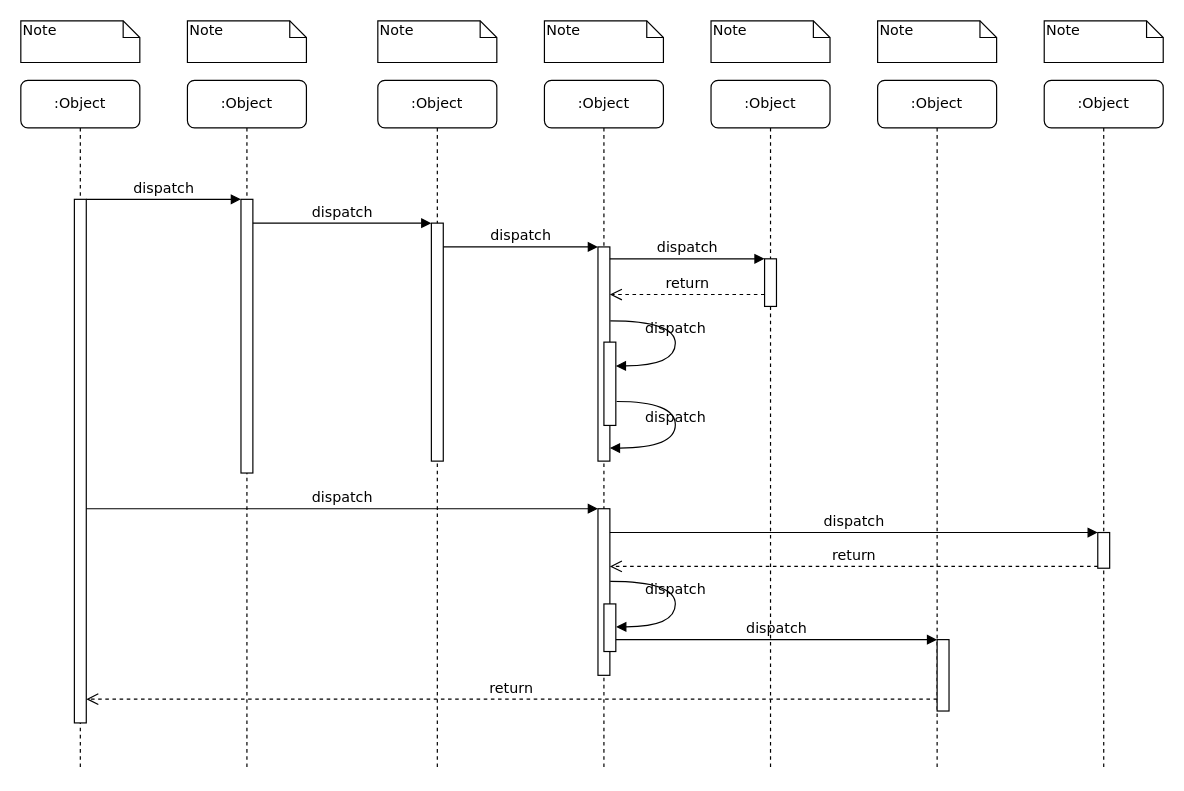
The draw.io diagram ComboActivate.drawio in linking314/hello-world, before the edit. Source tidied: cells renumbered, new cells numbered last; positions are measured from the earlier drawing's top-left corner, leaving out a move shared by most shapes. Both pictures are drawn from the tidied source at 119%, with x=0, y=0 at pixel (20, 20).
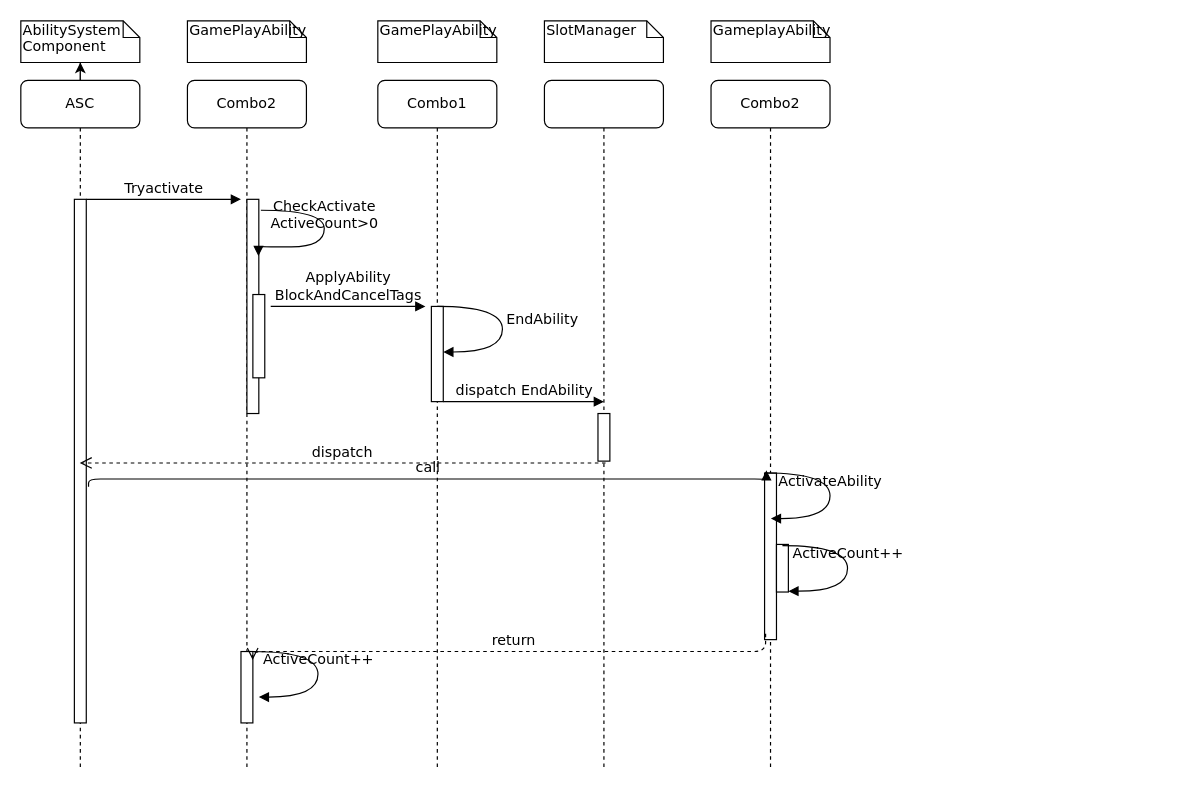
After the change.

Unchanged cells that the change refers to:
```xml
<mxCell id="11" style="html=1;points=[];perimeter=orthogonalPerimeter;rounded=0;shadow=0;comic=0;labelBackgroundColor=none;strokeWidth=1;fontFamily=Verdana;fontSize=12;align=center;" parent="10" vertex="1">
  <mxGeometry x="45" y="100" width="10" height="440" as="geometry" />
</mxCell>
```

Change to the diagram source:
```diff
@@
-    <mxCell id="2" value=":Object" style="shape=umlLifeline;perimeter=lifelinePerimeter;whiteSpace=wrap;html=1;rounded=1;shadow=0;comic=0;labelBackgroundColor=none;strokeWidth=1;fontFamily=Verdana;fontSize=12;align=center;" parent="1" vertex="1">
+    <mxCell id="2" value="Combo2" style="shape=umlLifeline;perimeter=lifelinePerimeter;whiteSpace=wrap;html=1;rounded=1;shadow=0;comic=0;labelBackgroundColor=none;strokeWidth=1;fontFamily=Verdana;fontSize=12;align=center;" parent="1" vertex="1">
       <mxGeometry x="140" y="50" width="100" height="580" as="geometry" />
     </mxCell>
-    <mxCell id="3" style="html=1;points=[];perimeter=orthogonalPerimeter;rounded=0;shadow=0;comic=0;labelBackgroundColor=none;strokeWidth=1;fontFamily=Verdana;fontSize=12;align=center;" parent="2" vertex="1">
-      <mxGeometry x="45" y="100" width="10" height="230" as="geometry" />
-    </mxCell>
+    <mxCell id="39" style="html=1;points=[];perimeter=orthogonalPerimeter;rounded=0;shadow=0;comic=0;labelBackgroundColor=none;strokeWidth=1;fontFamily=Verdana;fontSize=12;align=center;" parent="2" vertex="1">
+      <mxGeometry x="50" y="100" width="10" height="180" as="geometry" />
+    </mxCell>
+    <mxCell id="40" style="html=1;points=[];perimeter=orthogonalPerimeter;rounded=0;shadow=0;comic=0;labelBackgroundColor=none;strokeWidth=1;fontFamily=Verdana;fontSize=12;align=center;" parent="2" vertex="1">
+      <mxGeometry x="45" y="480" width="10" height="60" as="geometry" />
+    </mxCell>
+    <mxCell id="41" style="html=1;perimeter=orthogonalPerimeter;rounded=0;shadow=0;comic=0;labelBackgroundColor=none;strokeWidth=1;fontFamily=Verdana;fontSize=12;align=center;" parent="2" vertex="1">
+      <mxGeometry x="55" y="180" width="10" height="70" as="geometry" />
+    </mxCell>
+    <mxCell id="42" value="CheckActivate&lt;br style=&quot;border-color: var(--border-color);&quot;&gt;ActiveCount&amp;gt;0" style="html=1;verticalAlign=bottom;endArrow=block;labelBackgroundColor=none;fontFamily=Verdana;fontSize=12;elbow=vertical;edgeStyle=orthogonalEdgeStyle;curved=1;entryX=0.966;entryY=0.265;entryPerimeter=0;fontColor=default;exitX=1.172;exitY=0.051;exitDx=0;exitDy=0;exitPerimeter=0;entryDx=0;entryDy=0;" parent="2" edge="1" source="39" target="39">
+      <mxGeometry relative="1" as="geometry">
+        <Array as="points">
+          <mxPoint x="115" y="109" />
+          <mxPoint x="115" y="140" />
+          <mxPoint x="60" y="140" />
+        </Array>
+      </mxGeometry>
+    </mxCell>
-    <mxCell id="4" value=":Object" style="shape=umlLifeline;perimeter=lifelinePerimeter;whiteSpace=wrap;html=1;rounded=1;shadow=0;comic=0;labelBackgroundColor=none;strokeWidth=1;fontFamily=Verdana;fontSize=12;align=center;" parent="1" vertex="1">
+    <mxCell id="4" value="Combo1" style="shape=umlLifeline;perimeter=lifelinePerimeter;whiteSpace=wrap;html=1;rounded=1;shadow=0;comic=0;labelBackgroundColor=none;strokeWidth=1;fontFamily=Verdana;fontSize=12;align=center;" parent="1" vertex="1">
       <mxGeometry x="300" y="50" width="100" height="580" as="geometry" />
     </mxCell>
-    <mxCell id="5" style="html=1;points=[];perimeter=orthogonalPerimeter;rounded=0;shadow=0;comic=0;labelBackgroundColor=none;strokeWidth=1;fontFamily=Verdana;fontSize=12;align=center;" parent="4" vertex="1">
-      <mxGeometry x="45" y="120" width="10" height="200" as="geometry" />
-    </mxCell>
+    <mxCell id="43" style="html=1;perimeter=orthogonalPerimeter;rounded=0;shadow=0;comic=0;labelBackgroundColor=none;strokeWidth=1;fontFamily=Verdana;fontSize=12;align=center;" parent="4" vertex="1">
+      <mxGeometry x="45" y="190" width="10" height="80" as="geometry" />
+    </mxCell>
-    <mxCell id="6" value=":Object" style="shape=umlLifeline;perimeter=lifelinePerimeter;whiteSpace=wrap;html=1;rounded=1;shadow=0;comic=0;labelBackgroundColor=none;strokeWidth=1;fontFamily=Verdana;fontSize=12;align=center;" parent="1" vertex="1">
+    <mxCell id="6" style="shape=umlLifeline;perimeter=lifelinePerimeter;whiteSpace=wrap;html=1;rounded=1;shadow=0;comic=0;labelBackgroundColor=none;strokeWidth=1;fontFamily=Verdana;fontSize=12;align=center;" parent="1" vertex="1">
       <mxGeometry x="440" y="50" width="100" height="580" as="geometry" />
     </mxCell>
-    <mxCell id="7" value=":Object" style="shape=umlLifeline;perimeter=lifelinePerimeter;whiteSpace=wrap;html=1;rounded=1;shadow=0;comic=0;labelBackgroundColor=none;strokeWidth=1;fontFamily=Verdana;fontSize=12;align=center;" parent="1" vertex="1">
+    <mxCell id="7" value="Combo2" style="shape=umlLifeline;perimeter=lifelinePerimeter;whiteSpace=wrap;html=1;rounded=1;shadow=0;comic=0;labelBackgroundColor=none;strokeWidth=1;fontFamily=Verdana;fontSize=12;align=center;" parent="1" vertex="1">
       <mxGeometry x="580" y="50" width="100" height="580" as="geometry" />
     </mxCell>
-    <mxCell id="8" value=":Object" style="shape=umlLifeline;perimeter=lifelinePerimeter;whiteSpace=wrap;html=1;rounded=1;shadow=0;comic=0;labelBackgroundColor=none;strokeWidth=1;fontFamily=Verdana;fontSize=12;align=center;" parent="1" vertex="1">
-      <mxGeometry x="720" y="50" width="100" height="580" as="geometry" />
-    </mxCell>
-    <mxCell id="9" value=":Object" style="shape=umlLifeline;perimeter=lifelinePerimeter;whiteSpace=wrap;html=1;rounded=1;shadow=0;comic=0;labelBackgroundColor=none;strokeWidth=1;fontFamily=Verdana;fontSize=12;align=center;" parent="1" vertex="1">
-      <mxGeometry x="860" y="50" width="100" height="580" as="geometry" />
-    </mxCell>
+    <mxCell id="14" style="html=1;points=[];perimeter=orthogonalPerimeter;rounded=0;shadow=0;comic=0;labelBackgroundColor=none;strokeWidth=1;fontFamily=Verdana;fontSize=12;align=center;" parent="7" vertex="1">
+      <mxGeometry x="45" y="330" width="10" height="140" as="geometry" />
+    </mxCell>
+    <mxCell id="44" value="ActivateAbility" style="html=1;verticalAlign=bottom;endArrow=block;labelBackgroundColor=none;fontFamily=Verdana;fontSize=12;elbow=vertical;edgeStyle=orthogonalEdgeStyle;curved=1;entryX=1;entryY=0.286;entryPerimeter=0;exitX=1.038;exitY=0.345;exitPerimeter=0;fontColor=default;" parent="7" edge="1">
+      <mxGeometry relative="1" as="geometry">
+        <mxPoint x="45.3" y="330" as="sourcePoint" />
+        <mxPoint x="50.3" y="368.3" as="targetPoint" />
+        <Array as="points">
+          <mxPoint x="100" y="330" />
+          <mxPoint x="100" y="368" />
+        </Array>
+      </mxGeometry>
+    </mxCell>
+    <mxCell id="45" style="html=1;perimeter=orthogonalPerimeter;rounded=0;shadow=0;comic=0;labelBackgroundColor=none;strokeWidth=1;fontFamily=Verdana;fontSize=12;align=center;" parent="7" vertex="1">
+      <mxGeometry x="55" y="390" width="10" height="40" as="geometry" />
+    </mxCell>
+    <mxCell id="46" style="edgeStyle=orthogonalEdgeStyle;rounded=0;jettySize=auto;html=1;" parent="1" edge="1" source="10" target="32">
+      <mxGeometry relative="1" as="geometry" />
+    </mxCell>
-    <mxCell id="10" value=":Object" style="shape=umlLifeline;perimeter=lifelinePerimeter;whiteSpace=wrap;html=1;outlineConnect=0;rounded=1;shadow=0;comic=0;labelBackgroundColor=none;strokeWidth=1;fontFamily=Verdana;fontSize=12;align=center;" parent="1" vertex="1">
+    <mxCell id="10" value="ASC" style="shape=umlLifeline;perimeter=lifelinePerimeter;whiteSpace=wrap;html=1;outlineConnect=0;rounded=1;shadow=0;comic=0;labelBackgroundColor=none;strokeWidth=1;fontFamily=Verdana;fontSize=12;align=center;" parent="1" vertex="1">
       <mxGeometry y="50" width="100" height="580" as="geometry" />
     </mxCell>
@@
     <mxCell id="12" style="html=1;points=[];perimeter=orthogonalPerimeter;rounded=0;shadow=0;comic=0;labelBackgroundColor=none;strokeWidth=1;fontFamily=Verdana;fontSize=12;align=center;" parent="1" vertex="1">
-      <mxGeometry x="485" y="190" width="10" height="180" as="geometry" />
+      <mxGeometry x="485" y="330" width="10" height="40" as="geometry" />
     </mxCell>
-    <mxCell id="13" value="dispatch" style="html=1;verticalAlign=bottom;endArrow=block;labelBackgroundColor=none;fontFamily=Verdana;fontSize=12;edgeStyle=elbowEdgeStyle;elbow=vertical;" parent="1" edge="1" source="5" target="12">
-      <mxGeometry relative="1" as="geometry">
-        <Array as="points">
-          <mxPoint x="360" y="190" />
-        </Array>
-      </mxGeometry>
-    </mxCell>
-    <mxCell id="14" style="html=1;points=[];perimeter=orthogonalPerimeter;rounded=0;shadow=0;comic=0;labelBackgroundColor=none;strokeWidth=1;fontFamily=Verdana;fontSize=12;align=center;" parent="1" vertex="1">
-      <mxGeometry x="625" y="200" width="10" height="40" as="geometry" />
-    </mxCell>
-    <mxCell id="15" value="dispatch" style="html=1;verticalAlign=bottom;endArrow=block;entryX=0;entryY=0;labelBackgroundColor=none;fontFamily=Verdana;fontSize=12;edgeStyle=elbowEdgeStyle;elbow=vertical;" parent="1" edge="1" source="12" target="14">
-      <mxGeometry relative="1" as="geometry" />
-    </mxCell>
-    <mxCell id="16" value="return" style="html=1;verticalAlign=bottom;endArrow=open;dashed=1;endSize=8;labelBackgroundColor=none;fontFamily=Verdana;fontSize=12;edgeStyle=elbowEdgeStyle;elbow=vertical;" parent="1" edge="1" source="14" target="12">
-      <mxGeometry relative="1" as="geometry">
-        <Array as="points">
-          <mxPoint x="570" y="230" />
-          <mxPoint x="600" y="230" />
-        </Array>
-      </mxGeometry>
-    </mxCell>
-    <mxCell id="17" style="html=1;points=[];perimeter=orthogonalPerimeter;rounded=0;shadow=0;comic=0;labelBackgroundColor=none;strokeWidth=1;fontFamily=Verdana;fontSize=12;align=center;" parent="1" vertex="1">
-      <mxGeometry x="485" y="410" width="10" height="140" as="geometry" />
-    </mxCell>
-    <mxCell id="18" value="dispatch" style="html=1;verticalAlign=bottom;endArrow=block;entryX=0;entryY=0;labelBackgroundColor=none;fontFamily=Verdana;fontSize=12;" parent="1" edge="1" source="11" target="17">
-      <mxGeometry relative="1" as="geometry" />
-    </mxCell>
-    <mxCell id="19" style="html=1;points=[];perimeter=orthogonalPerimeter;rounded=0;shadow=0;comic=0;labelBackgroundColor=none;strokeColor=#000000;strokeWidth=1;fillColor=#FFFFFF;fontFamily=Verdana;fontSize=12;fontColor=#000000;align=center;" parent="1" vertex="1">
-      <mxGeometry x="905" y="430" width="10" height="30" as="geometry" />
-    </mxCell>
-    <mxCell id="20" value="dispatch" style="html=1;verticalAlign=bottom;endArrow=block;entryX=0;entryY=0;labelBackgroundColor=none;fontFamily=Verdana;fontSize=12;" parent="1" edge="1" source="17" target="19">
-      <mxGeometry relative="1" as="geometry" />
+    <mxCell id="20" value="dispatch EndAbility" style="html=1;verticalAlign=bottom;endArrow=block;labelBackgroundColor=none;fontFamily=Verdana;fontSize=12;fontColor=default;" parent="1" edge="1">
+      <mxGeometry relative="1" as="geometry">
+        <mxPoint x="355" y="320" as="sourcePoint" />
+        <mxPoint x="490" y="320" as="targetPoint" />
+        <Array as="points">
+          <mxPoint x="390" y="320" />
+        </Array>
+      </mxGeometry>
     </mxCell>
-    <mxCell id="21" value="return" style="html=1;verticalAlign=bottom;endArrow=open;dashed=1;endSize=8;exitX=0;exitY=0.95;labelBackgroundColor=none;fontFamily=Verdana;fontSize=12;" parent="1" edge="1" source="19" target="17">
+    <mxCell id="21" value="dispatch" style="html=1;verticalAlign=bottom;endArrow=open;dashed=1;endSize=8;labelBackgroundColor=none;fontFamily=Verdana;fontSize=12;fontColor=default;exitX=0.638;exitY=1.039;exitDx=0;exitDy=0;exitPerimeter=0;" parent="1" edge="1" source="12" target="10">
       <mxGeometry relative="1" as="geometry" />
     </mxCell>
-    <mxCell id="22" style="html=1;points=[];perimeter=orthogonalPerimeter;rounded=0;shadow=0;comic=0;labelBackgroundColor=none;strokeWidth=1;fontFamily=Verdana;fontSize=12;align=center;" parent="1" vertex="1">
-      <mxGeometry x="770" y="520" width="10" height="60" as="geometry" />
-    </mxCell>
-    <mxCell id="23" value="dispatch" style="html=1;verticalAlign=bottom;endArrow=block;entryX=0;entryY=0;labelBackgroundColor=none;fontFamily=Verdana;fontSize=12;edgeStyle=elbowEdgeStyle;elbow=vertical;" parent="1" edge="1" source="30" target="22">
+    <mxCell id="23" value="call" style="html=1;verticalAlign=bottom;endArrow=block;entryX=0.155;entryY=-0.016;labelBackgroundColor=none;fontFamily=Verdana;fontSize=12;edgeStyle=elbowEdgeStyle;elbow=vertical;fontColor=default;entryDx=0;entryDy=0;entryPerimeter=0;exitX=1.19;exitY=0.549;exitDx=0;exitDy=0;exitPerimeter=0;" parent="1" edge="1" source="11" target="14">
       <mxGeometry relative="1" as="geometry" />
     </mxCell>
-    <mxCell id="24" value="return" style="html=1;verticalAlign=bottom;endArrow=open;dashed=1;endSize=8;labelBackgroundColor=none;fontFamily=Verdana;fontSize=12;edgeStyle=elbowEdgeStyle;elbow=vertical;" parent="1" edge="1" source="22" target="11">
+    <mxCell id="24" value="return" style="html=1;verticalAlign=bottom;endArrow=open;dashed=1;endSize=8;labelBackgroundColor=none;fontFamily=Verdana;fontSize=12;edgeStyle=elbowEdgeStyle;elbow=vertical;fontColor=default;exitX=0.086;exitY=0.964;exitDx=0;exitDy=0;exitPerimeter=0;entryX=0.983;entryY=0.118;entryDx=0;entryDy=0;entryPerimeter=0;" parent="1" edge="1" source="14" target="40">
       <mxGeometry relative="1" as="geometry">
         <Array as="points">
-          <mxPoint x="470" y="570" />
+          <mxPoint x="420" y="530" />
         </Array>
       </mxGeometry>
     </mxCell>
-    <mxCell id="25" value="dispatch" style="html=1;verticalAlign=bottom;endArrow=block;entryX=0;entryY=0;labelBackgroundColor=none;fontFamily=Verdana;fontSize=12;edgeStyle=elbowEdgeStyle;elbow=vertical;" parent="1" edge="1" source="11" target="3">
-      <mxGeometry relative="1" as="geometry" />
+    <mxCell id="25" value="Tryactivate" style="html=1;verticalAlign=bottom;endArrow=block;entryX=0;entryY=0;labelBackgroundColor=none;fontFamily=Verdana;fontSize=12;edgeStyle=elbowEdgeStyle;elbow=vertical;fontColor=default;" parent="1" edge="1" source="11">
+      <mxGeometry relative="1" as="geometry">
+        <mxPoint x="185" y="150" as="targetPoint" />
+      </mxGeometry>
     </mxCell>
-    <mxCell id="26" value="dispatch" style="html=1;verticalAlign=bottom;endArrow=block;entryX=0;entryY=0;labelBackgroundColor=none;fontFamily=Verdana;fontSize=12;edgeStyle=elbowEdgeStyle;elbow=vertical;" parent="1" edge="1" source="3" target="5">
-      <mxGeometry relative="1" as="geometry" />
-    </mxCell>
-    <mxCell id="27" style="html=1;points=[];perimeter=orthogonalPerimeter;rounded=0;shadow=0;comic=0;labelBackgroundColor=none;strokeWidth=1;fontFamily=Verdana;fontSize=12;align=center;" parent="1" vertex="1">
-      <mxGeometry x="490" y="270" width="10" height="70" as="geometry" />
-    </mxCell>
-    <mxCell id="28" value="dispatch" style="html=1;verticalAlign=bottom;endArrow=block;labelBackgroundColor=none;fontFamily=Verdana;fontSize=12;elbow=vertical;edgeStyle=orthogonalEdgeStyle;curved=1;entryX=1;entryY=0.286;entryPerimeter=0;exitX=1.038;exitY=0.345;exitPerimeter=0;" parent="1" edge="1" source="12" target="27">
-      <mxGeometry relative="1" as="geometry">
-        <Array as="points">
-          <mxPoint x="550" y="252" />
-          <mxPoint x="550" y="290" />
-        </Array>
-      </mxGeometry>
-    </mxCell>
-    <mxCell id="29" value="dispatch" style="html=1;verticalAlign=bottom;endArrow=block;labelBackgroundColor=none;fontFamily=Verdana;fontSize=12;elbow=vertical;edgeStyle=orthogonalEdgeStyle;curved=1;exitX=1.066;exitY=0.713;exitPerimeter=0;" parent="1" edge="1" source="27">
-      <mxGeometry relative="1" as="geometry">
-        <mxPoint x="495" y="359" as="targetPoint" />
-        <Array as="points">
-          <mxPoint x="550" y="320" />
-          <mxPoint x="550" y="359" />
-        </Array>
-      </mxGeometry>
-    </mxCell>
-    <mxCell id="30" style="html=1;points=[];perimeter=orthogonalPerimeter;rounded=0;shadow=0;comic=0;labelBackgroundColor=none;strokeWidth=1;fontFamily=Verdana;fontSize=12;align=center;" parent="1" vertex="1">
-      <mxGeometry x="490" y="490" width="10" height="40" as="geometry" />
-    </mxCell>
-    <mxCell id="31" value="dispatch" style="html=1;verticalAlign=bottom;endArrow=block;labelBackgroundColor=none;fontFamily=Verdana;fontSize=12;elbow=vertical;edgeStyle=orthogonalEdgeStyle;curved=1;entryX=1;entryY=0.286;entryPerimeter=0;exitX=1.038;exitY=0.345;exitPerimeter=0;" parent="1" edge="1">
-      <mxGeometry relative="1" as="geometry">
-        <mxPoint x="495.3" y="471" as="sourcePoint" />
-        <mxPoint x="500.3" y="509.3" as="targetPoint" />
-        <Array as="points">
-          <mxPoint x="550" y="471" />
-          <mxPoint x="550" y="509" />
-        </Array>
-      </mxGeometry>
-    </mxCell>
-    <mxCell id="32" value="Note" style="shape=note;whiteSpace=wrap;html=1;size=14;verticalAlign=top;align=left;spacingTop=-6;rounded=0;shadow=0;comic=0;labelBackgroundColor=none;strokeWidth=1;fontFamily=Verdana;fontSize=12;" parent="1" vertex="1">
+    <mxCell id="32" value="AbilitySystem&lt;br&gt;Component" style="shape=note;whiteSpace=wrap;html=1;size=14;verticalAlign=top;align=left;spacingTop=-6;rounded=0;shadow=0;comic=0;labelBackgroundColor=none;strokeWidth=1;fontFamily=Verdana;fontSize=12;" parent="1" vertex="1">
       <mxGeometry width="100" height="35" as="geometry" />
     </mxCell>
-    <mxCell id="33" value="Note" style="shape=note;whiteSpace=wrap;html=1;size=14;verticalAlign=top;align=left;spacingTop=-6;rounded=0;shadow=0;comic=0;labelBackgroundColor=none;strokeWidth=1;fontFamily=Verdana;fontSize=12;" parent="1" vertex="1">
+    <mxCell id="33" value="GamePlayAbility" style="shape=note;whiteSpace=wrap;html=1;size=14;verticalAlign=top;align=left;spacingTop=-6;rounded=0;shadow=0;comic=0;labelBackgroundColor=none;strokeWidth=1;fontFamily=Verdana;fontSize=12;" parent="1" vertex="1">
       <mxGeometry x="140" width="100" height="35" as="geometry" />
     </mxCell>
-    <mxCell id="34" value="Note" style="shape=note;whiteSpace=wrap;html=1;size=14;verticalAlign=top;align=left;spacingTop=-6;rounded=0;shadow=0;comic=0;labelBackgroundColor=none;strokeWidth=1;fontFamily=Verdana;fontSize=12;" parent="1" vertex="1">
+    <mxCell id="34" value="GamePlayAbility" style="shape=note;whiteSpace=wrap;html=1;size=14;verticalAlign=top;align=left;spacingTop=-6;rounded=0;shadow=0;comic=0;labelBackgroundColor=none;strokeWidth=1;fontFamily=Verdana;fontSize=12;" parent="1" vertex="1">
       <mxGeometry x="300" width="100" height="35" as="geometry" />
     </mxCell>
-    <mxCell id="35" value="Note" style="shape=note;whiteSpace=wrap;html=1;size=14;verticalAlign=top;align=left;spacingTop=-6;rounded=0;shadow=0;comic=0;labelBackgroundColor=none;strokeWidth=1;fontFamily=Verdana;fontSize=12;" parent="1" vertex="1">
+    <mxCell id="35" value="SlotManager" style="shape=note;whiteSpace=wrap;html=1;size=14;verticalAlign=top;align=left;spacingTop=-6;rounded=0;shadow=0;comic=0;labelBackgroundColor=none;strokeWidth=1;fontFamily=Verdana;fontSize=12;" parent="1" vertex="1">
       <mxGeometry x="440" width="100" height="35" as="geometry" />
     </mxCell>
-    <mxCell id="36" value="Note" style="shape=note;whiteSpace=wrap;html=1;size=14;verticalAlign=top;align=left;spacingTop=-6;rounded=0;shadow=0;comic=0;labelBackgroundColor=none;strokeWidth=1;fontFamily=Verdana;fontSize=12;" parent="1" vertex="1">
+    <mxCell id="36" value="GameplayAbility" style="shape=note;whiteSpace=wrap;html=1;size=14;verticalAlign=top;align=left;spacingTop=-6;rounded=0;shadow=0;comic=0;labelBackgroundColor=none;strokeWidth=1;fontFamily=Verdana;fontSize=12;" parent="1" vertex="1">
       <mxGeometry x="580" width="100" height="35" as="geometry" />
     </mxCell>
-    <mxCell id="37" value="Note" style="shape=note;whiteSpace=wrap;html=1;size=14;verticalAlign=top;align=left;spacingTop=-6;rounded=0;shadow=0;comic=0;labelBackgroundColor=none;strokeWidth=1;fontFamily=Verdana;fontSize=12;" parent="1" vertex="1">
-      <mxGeometry x="720" width="100" height="35" as="geometry" />
-    </mxCell>
-    <mxCell id="38" value="Note" style="shape=note;whiteSpace=wrap;html=1;size=14;verticalAlign=top;align=left;spacingTop=-6;rounded=0;shadow=0;comic=0;labelBackgroundColor=none;strokeWidth=1;fontFamily=Verdana;fontSize=12;" parent="1" vertex="1">
-      <mxGeometry x="860" width="100" height="35" as="geometry" />
-    </mxCell>
+    <mxCell id="47" value="ApplyAbility&lt;br&gt;BlockAndCancelTags" style="html=1;verticalAlign=bottom;endArrow=block;entryX=0;entryY=0;labelBackgroundColor=none;fontFamily=Verdana;fontSize=12;edgeStyle=elbowEdgeStyle;elbow=vertical;fontColor=default;" parent="1" edge="1">
+      <mxGeometry relative="1" as="geometry">
+        <mxPoint x="210" y="240" as="sourcePoint" />
+        <mxPoint x="340" y="240" as="targetPoint" />
+      </mxGeometry>
+    </mxCell>
+    <mxCell id="48" value="EndAbility&amp;nbsp;" style="html=1;verticalAlign=bottom;endArrow=block;labelBackgroundColor=none;fontFamily=Verdana;fontSize=12;elbow=vertical;edgeStyle=orthogonalEdgeStyle;curved=1;entryX=1;entryY=0.286;entryPerimeter=0;exitX=1.038;exitY=0.345;exitPerimeter=0;fontColor=default;" parent="1" edge="1">
+      <mxGeometry x="0.05" y="35" relative="1" as="geometry">
+        <mxPoint x="350" y="240" as="sourcePoint" />
+        <mxPoint x="355" y="278.3" as="targetPoint" />
+        <Array as="points">
+          <mxPoint x="404.7" y="240" />
+          <mxPoint x="404.7" y="278" />
+        </Array>
+      </mxGeometry>
+    </mxCell>
+    <mxCell id="49" value="ActiveCount++" style="html=1;verticalAlign=bottom;endArrow=block;labelBackgroundColor=none;fontFamily=Verdana;fontSize=12;elbow=vertical;edgeStyle=orthogonalEdgeStyle;curved=1;entryX=1;entryY=0.286;entryPerimeter=0;exitX=1.038;exitY=0.345;exitPerimeter=0;fontColor=default;" parent="1" edge="1">
+      <mxGeometry relative="1" as="geometry">
+        <mxPoint x="640" y="441" as="sourcePoint" />
+        <mxPoint x="645" y="479.3" as="targetPoint" />
+        <Array as="points">
+          <mxPoint x="694.7" y="441" />
+          <mxPoint x="694.7" y="479" />
+        </Array>
+      </mxGeometry>
+    </mxCell>
+    <mxCell id="50" value="ActiveCount++" style="html=1;verticalAlign=bottom;endArrow=block;labelBackgroundColor=none;fontFamily=Verdana;fontSize=12;elbow=vertical;edgeStyle=orthogonalEdgeStyle;curved=1;entryX=1;entryY=0.286;entryPerimeter=0;exitX=1.038;exitY=0.345;exitPerimeter=0;fontColor=default;" parent="1" edge="1">
+      <mxGeometry relative="1" as="geometry">
+        <mxPoint x="195" y="530" as="sourcePoint" />
+        <mxPoint x="200" y="568.3" as="targetPoint" />
+        <Array as="points">
+          <mxPoint x="249.7" y="530" />
+          <mxPoint x="249.7" y="568" />
+        </Array>
+      </mxGeometry>
+    </mxCell>
```
